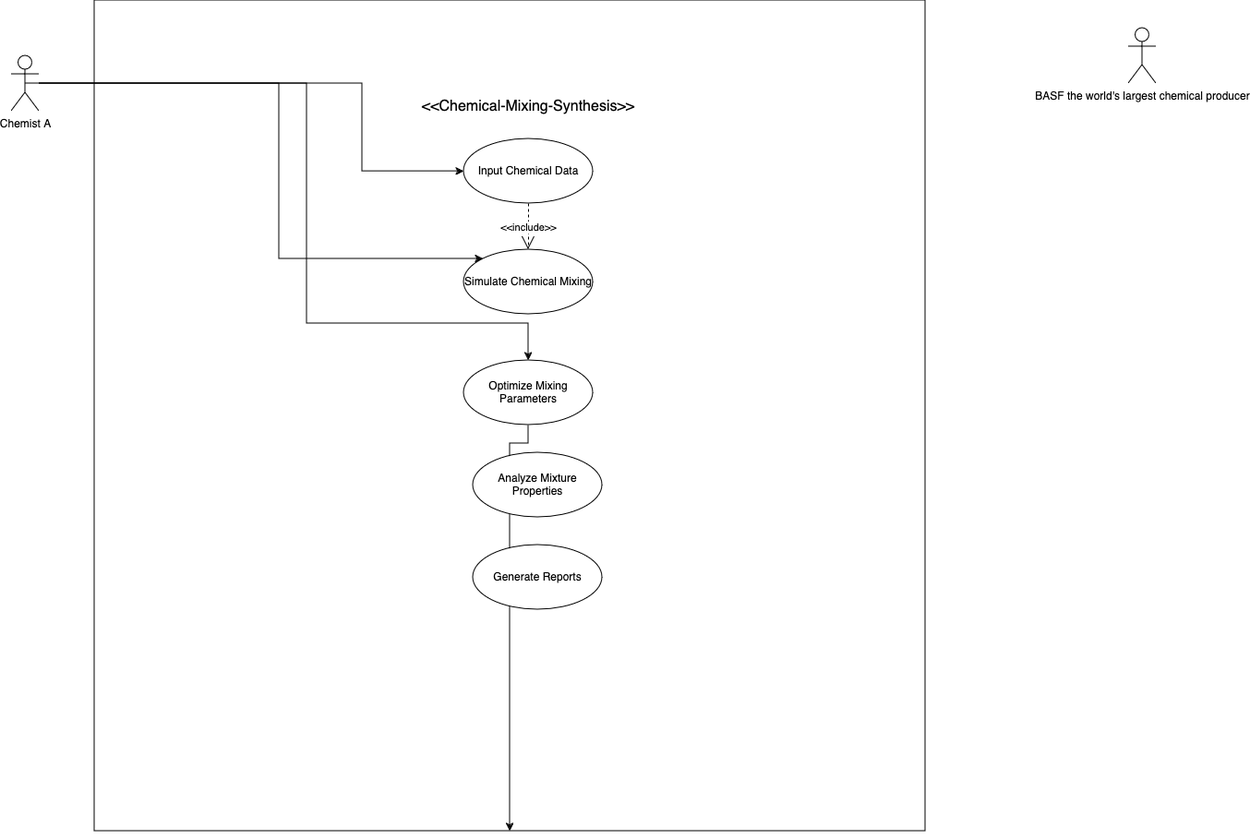
This is use-case.png from a-l-a-z-a-r/Chemical-Mixing-Data-Synthesis, a draw.io export, as it was before one commit. Source tidied: cells renumbered, new cells last; positions are measured from the earlier drawing's top-left corner, leaving out a move shared by most shapes.
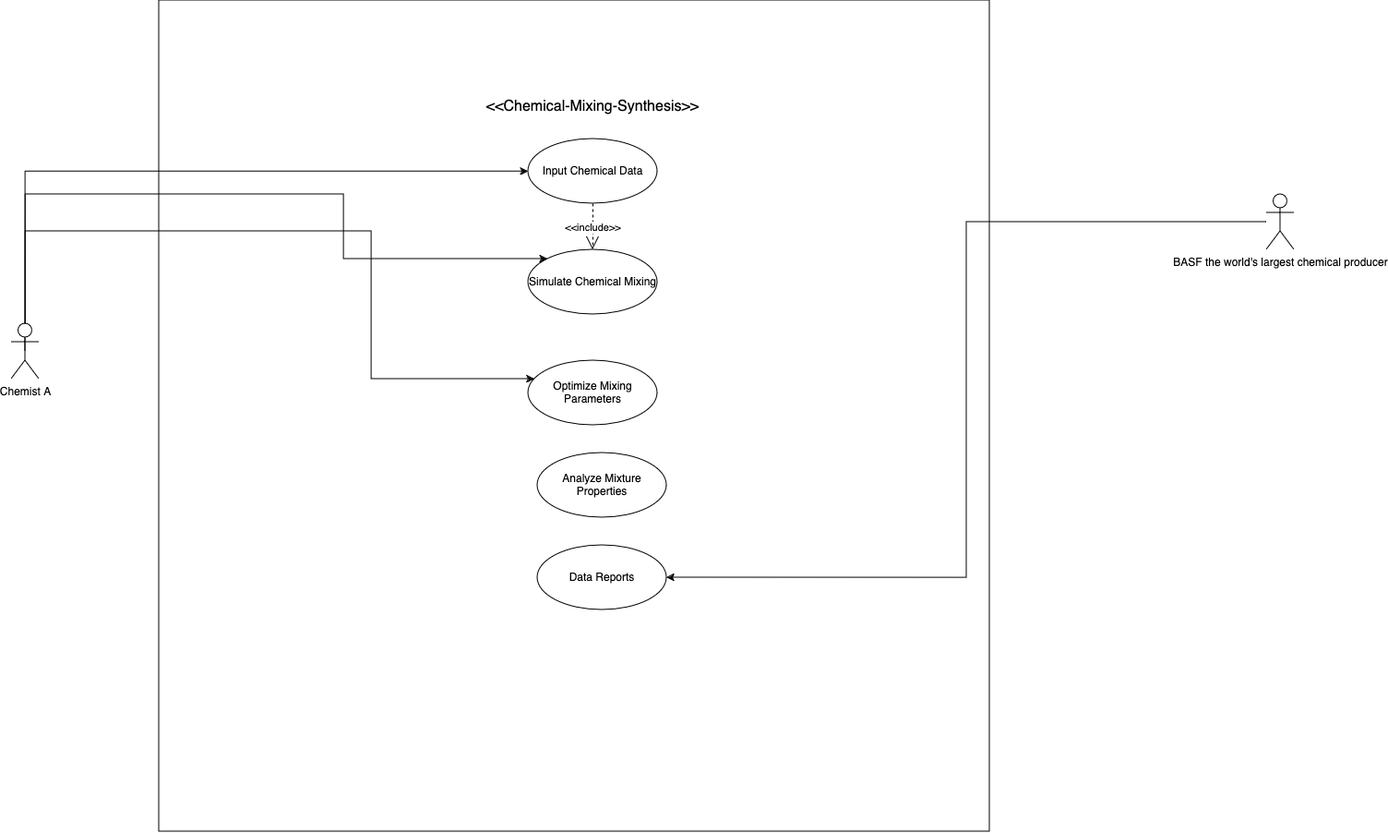
Above is the later version.

The edit, as a diff of the source:
```diff
@@ -8,15 +8,15 @@
     <mxCell id="3" style="edgeStyle=orthogonalEdgeStyle;rounded=0;jettySize=auto;html=1;exitX=0.5;exitY=0.5;exitDx=0;exitDy=0;exitPerimeter=0;" parent="1" edge="1" source="6" target="8">
       <mxGeometry relative="1" as="geometry">
         <Array as="points">
-          <mxPoint x="380" y="90" />
-          <mxPoint x="380" y="185" />
+          <mxPoint x="-55" y="185" />
         </Array>
       </mxGeometry>
     </mxCell>
     <mxCell id="4" style="edgeStyle=orthogonalEdgeStyle;rounded=0;jettySize=auto;html=1;" parent="1" edge="1" source="6" target="9">
       <mxGeometry relative="1" as="geometry">
         <Array as="points">
-          <mxPoint x="290" y="90" />
+          <mxPoint x="-55" y="210" />
+          <mxPoint x="290" y="210" />
           <mxPoint x="290" y="280" />
         </Array>
       </mxGeometry>
@@ -24,17 +24,20 @@
     <mxCell id="5" style="edgeStyle=orthogonalEdgeStyle;rounded=0;jettySize=auto;html=1;" parent="1" edge="1" source="6" target="11">
       <mxGeometry relative="1" as="geometry">
         <Array as="points">
-          <mxPoint x="320" y="90" />
-          <mxPoint x="320" y="350" />
-          <mxPoint x="560" y="350" />
+          <mxPoint x="-55" y="250" />
+          <mxPoint x="320" y="250" />
+          <mxPoint x="320" y="410" />
         </Array>
       </mxGeometry>
     </mxCell>
     <mxCell id="6" value="Chemist A" style="shape=umlActor;verticalLabelPosition=bottom;verticalAlign=top;html=1;outlineConnect=0;labelBackgroundColor=none;" parent="1" vertex="1">
-      <mxGeometry y="60" width="30" height="60" as="geometry" />
+      <mxGeometry x="-70" y="350" width="30" height="60" as="geometry" />
     </mxCell>
+    <mxCell id="16" style="edgeStyle=orthogonalEdgeStyle;rounded=0;jettySize=auto;html=1;entryX=1;entryY=0.5;entryDx=0;entryDy=0;" parent="1" edge="1" source="7" target="14">
+      <mxGeometry relative="1" as="geometry" />
+    </mxCell>
     <mxCell id="7" value="BASF the world's largest chemical producer" style="shape=umlActor;verticalLabelPosition=bottom;verticalAlign=top;html=1;outlineConnect=0;labelBackgroundColor=none;" parent="1" vertex="1">
-      <mxGeometry x="1210" y="30" width="30" height="60" as="geometry" />
+      <mxGeometry x="1290" y="210" width="30" height="60" as="geometry" />
     </mxCell>
     <mxCell id="8" value=" Input Chemical Data" style="ellipse;whiteSpace=wrap;html=1;labelBackgroundColor=none;" parent="1" vertex="1">
       <mxGeometry x="490" y="150" width="140" height="70" as="geometry" />
@@ -42,9 +45,6 @@
     <mxCell id="9" value="Simulate Chemical Mixing" style="ellipse;whiteSpace=wrap;html=1;labelBackgroundColor=none;" parent="1" vertex="1">
       <mxGeometry x="490" y="270" width="140" height="70" as="geometry" />
     </mxCell>
-    <mxCell id="10" style="edgeStyle=orthogonalEdgeStyle;rounded=0;jettySize=auto;html=1;" parent="1" edge="1" source="11" target="2">
-      <mxGeometry relative="1" as="geometry" />
-    </mxCell>
     <mxCell id="11" value="&lt;h4&gt;&lt;span style=&quot;font-weight: normal;&quot;&gt;Optimize Mixing Parameters&lt;/span&gt;&lt;/h4&gt;" style="ellipse;whiteSpace=wrap;html=1;" parent="1" vertex="1">
       <mxGeometry x="490" y="390" width="140" height="70" as="geometry" />
     </mxCell>
@@ -54,7 +54,7 @@
     <mxCell id="13" value="&amp;lt;&amp;lt;include&amp;gt;&amp;gt;" style="endArrow=open;endSize=12;dashed=1;html=1;rounded=0;entryX=0.5;entryY=0;entryDx=0;entryDy=0;exitX=0.5;exitY=1;exitDx=0;exitDy=0;" parent="1" edge="1" source="8" target="9">
       <mxGeometry relative="1" as="geometry" />
     </mxCell>
-    <mxCell id="14" value="Generate Reports" style="ellipse;whiteSpace=wrap;html=1;" parent="1" vertex="1">
+    <mxCell id="14" value="Data Reports" style="ellipse;whiteSpace=wrap;html=1;" parent="1" vertex="1">
       <mxGeometry x="500" y="590" width="140" height="70" as="geometry" />
     </mxCell>
     <mxCell id="15" value="&amp;lt;&amp;lt;Chemical-Mixing-Synthesis&amp;gt;&amp;gt;" style="text;strokeColor=none;fillColor=none;html=1;align=center;verticalAlign=middle;whiteSpace=wrap;rounded=0;fontSize=16;" parent="1" vertex="1">
```
